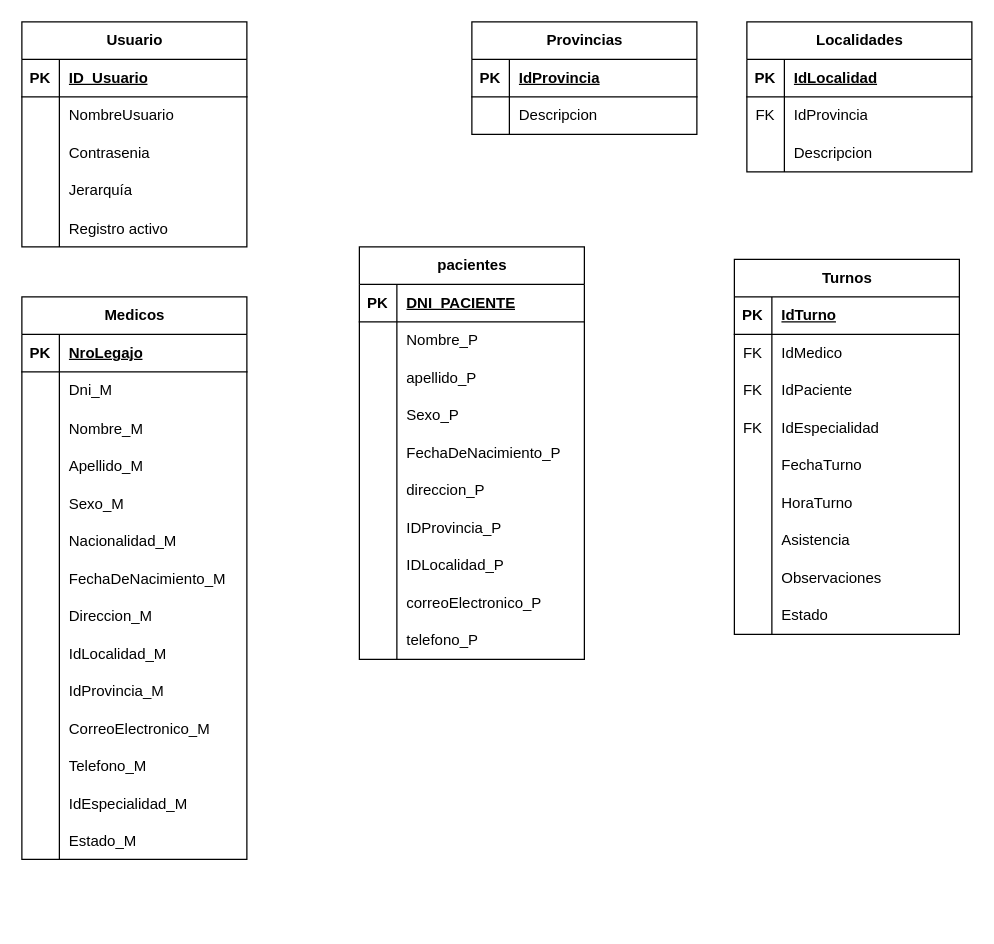
Above: DER_Clinica.drawio in ZerothVeratross/tpi-progra3 (draw.io), before the change. Source tidied: cells renumbered, new cells numbered last; positions are measured from the earlier drawing's top-left corner, leaving out a move shared by most shapes. Both pictures are drawn from the tidied source at 125%, with x=0, y=0 at pixel (21, 21).
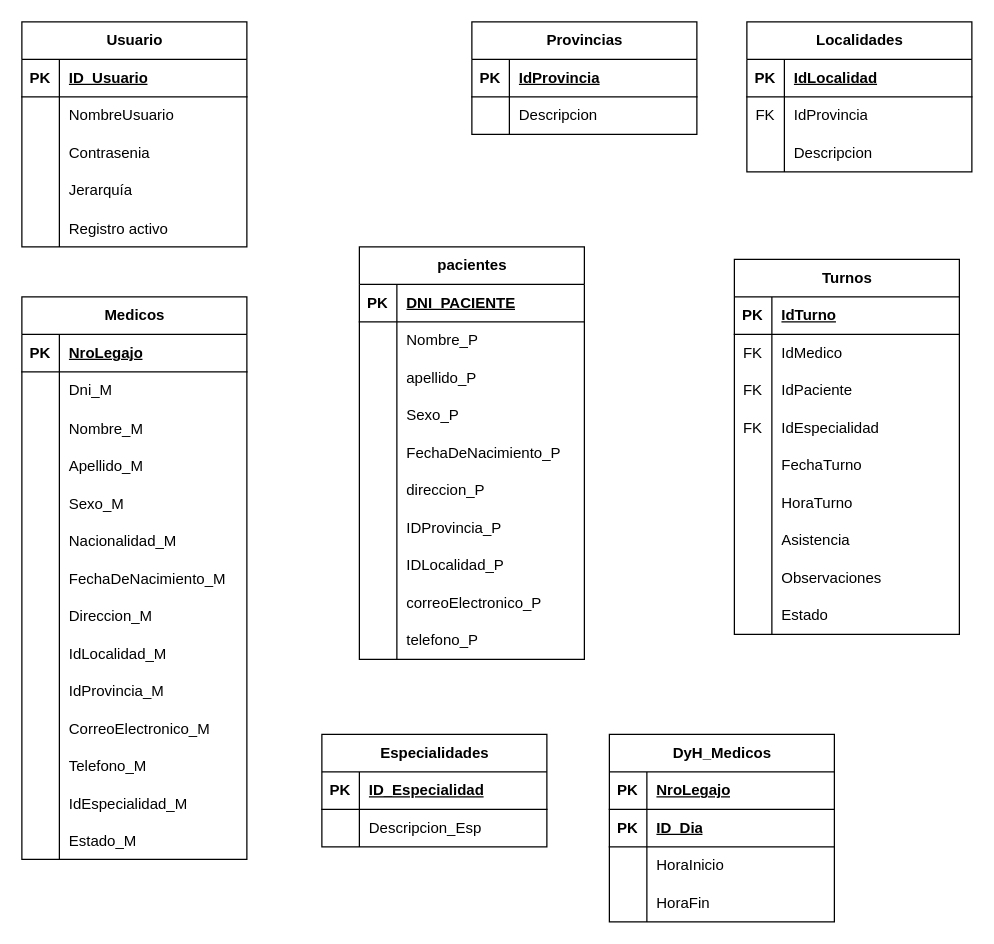
The same diagram, later.

Commit message:
Update DER_Clinica: Agregadas tablas 'Especialidades' y 'DyH_Medicos'

What changed in the source:
```diff
@@
+    <mxCell id="137" value="Especialidades" style="shape=table;startSize=30;childLayout=tableLayout;rowLines=0;fontStyle=1;align=center;html=1;" parent="1" vertex="1">
+      <mxGeometry x="240" y="570" width="180" height="90" as="geometry" />
+    </mxCell>
+    <mxCell id="138" style="shape=tableRow;horizontal=0;startSize=0;swimlaneHead=0;swimlaneBody=0;fillColor=none;top=0;left=0;right=0;bottom=1;" parent="137" vertex="1">
+      <mxGeometry y="30" width="180" height="30" as="geometry" />
+    </mxCell>
+    <mxCell id="139" value="PK" style="shape=partialRectangle;fillColor=none;top=0;left=0;bottom=0;right=0;fontStyle=1;overflow=hidden;whiteSpace=wrap;html=1;" parent="138" vertex="1">
+      <mxGeometry width="30" height="30" as="geometry" />
+    </mxCell>
+    <mxCell id="140" value="ID_Especialidad" style="shape=partialRectangle;fillColor=none;top=0;left=0;bottom=0;right=0;align=left;spacingLeft=6;fontStyle=5;overflow=hidden;whiteSpace=wrap;html=1;" parent="138" vertex="1">
+      <mxGeometry x="30" width="150" height="30" as="geometry" />
+    </mxCell>
+    <mxCell id="141" style="shape=tableRow;horizontal=0;startSize=0;swimlaneHead=0;swimlaneBody=0;fillColor=none;top=0;left=0;right=0;bottom=0;" parent="137" vertex="1">
+      <mxGeometry y="60" width="180" height="30" as="geometry" />
+    </mxCell>
+    <mxCell id="142" style="shape=partialRectangle;fillColor=none;top=0;left=0;bottom=0;right=0;overflow=hidden;whiteSpace=wrap;html=1;" parent="141" vertex="1">
+      <mxGeometry width="30" height="30" as="geometry" />
+    </mxCell>
+    <mxCell id="143" value="Descripcion_Esp" style="shape=partialRectangle;fillColor=none;top=0;left=0;bottom=0;right=0;align=left;spacingLeft=6;overflow=hidden;whiteSpace=wrap;html=1;" parent="141" vertex="1">
+      <mxGeometry x="30" width="150" height="30" as="geometry" />
+    </mxCell>
+    <mxCell id="144" value="DyH_Medicos" style="shape=table;startSize=30;childLayout=tableLayout;rowLines=0;fontStyle=1;align=center;html=1;" parent="1" vertex="1">
+      <mxGeometry x="470" y="570" width="180" height="150" as="geometry" />
+    </mxCell>
+    <mxCell id="145" style="shape=tableRow;horizontal=0;startSize=0;swimlaneHead=0;swimlaneBody=0;fillColor=none;top=0;left=0;right=0;bottom=1;" parent="144" vertex="1">
+      <mxGeometry y="30" width="180" height="30" as="geometry" />
+    </mxCell>
+    <mxCell id="146" value="PK" style="shape=partialRectangle;fillColor=none;top=0;left=0;bottom=0;right=0;fontStyle=1;overflow=hidden;whiteSpace=wrap;html=1;" parent="145" vertex="1">
+      <mxGeometry width="30" height="30" as="geometry" />
+    </mxCell>
+    <mxCell id="147" value="NroLegajo" style="shape=partialRectangle;fillColor=none;top=0;left=0;bottom=0;right=0;align=left;spacingLeft=6;fontStyle=5;overflow=hidden;whiteSpace=wrap;html=1;" parent="145" vertex="1">
+      <mxGeometry x="30" width="150" height="30" as="geometry" />
+    </mxCell>
+    <mxCell id="148" style="shape=tableRow;horizontal=0;startSize=0;swimlaneHead=0;swimlaneBody=0;fillColor=none;top=0;left=0;right=0;bottom=1;" parent="144" vertex="1">
+      <mxGeometry y="60" width="180" height="30" as="geometry" />
+    </mxCell>
+    <mxCell id="149" value="PK" style="shape=partialRectangle;fillColor=none;top=0;left=0;bottom=0;right=0;fontStyle=1;overflow=hidden;whiteSpace=wrap;html=1;" parent="148" vertex="1">
+      <mxGeometry width="30" height="30" as="geometry" />
+    </mxCell>
+    <mxCell id="150" value="ID_Dia" style="shape=partialRectangle;fillColor=none;top=0;left=0;bottom=0;right=0;align=left;spacingLeft=6;fontStyle=5;overflow=hidden;whiteSpace=wrap;html=1;" parent="148" vertex="1">
+      <mxGeometry x="30" width="150" height="30" as="geometry" />
+    </mxCell>
+    <mxCell id="151" style="shape=tableRow;horizontal=0;startSize=0;swimlaneHead=0;swimlaneBody=0;fillColor=none;top=0;left=0;right=0;bottom=0;" parent="144" vertex="1">
+      <mxGeometry y="90" width="180" height="30" as="geometry" />
+    </mxCell>
+    <mxCell id="152" style="shape=partialRectangle;fillColor=none;top=0;left=0;bottom=0;right=0;overflow=hidden;whiteSpace=wrap;html=1;fontStyle=1;" parent="151" vertex="1">
+      <mxGeometry width="30" height="30" as="geometry" />
+    </mxCell>
+    <mxCell id="153" value="HoraInicio" style="shape=partialRectangle;fillColor=none;top=0;left=0;bottom=0;right=0;align=left;spacingLeft=6;overflow=hidden;whiteSpace=wrap;html=1;fontStyle=0;" parent="151" vertex="1">
+      <mxGeometry x="30" width="150" height="30" as="geometry" />
+    </mxCell>
+    <mxCell id="154" style="shape=tableRow;horizontal=0;startSize=0;swimlaneHead=0;swimlaneBody=0;fillColor=none;top=0;left=0;right=0;bottom=0;" parent="144" vertex="1">
+      <mxGeometry y="120" width="180" height="30" as="geometry" />
+    </mxCell>
+    <mxCell id="155" style="shape=partialRectangle;fillColor=none;top=0;left=0;bottom=0;right=0;overflow=hidden;whiteSpace=wrap;html=1;" parent="154" vertex="1">
+      <mxGeometry width="30" height="30" as="geometry" />
+    </mxCell>
+    <mxCell id="156" value="HoraFin" style="shape=partialRectangle;fillColor=none;top=0;left=0;bottom=0;right=0;align=left;spacingLeft=6;overflow=hidden;whiteSpace=wrap;html=1;" parent="154" vertex="1">
+      <mxGeometry x="30" width="150" height="30" as="geometry" />
+    </mxCell>
```
